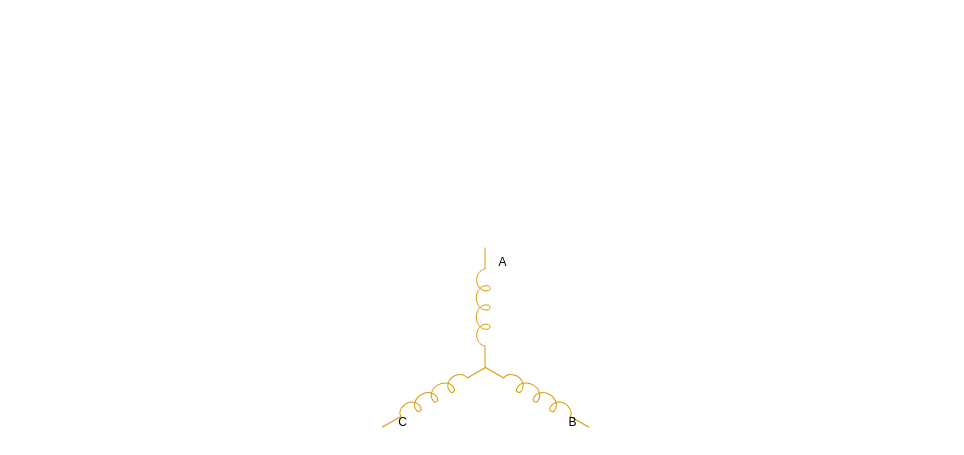
The draw.io diagram page "第 2 页" (2 of 2) of 三相对称星形接法.drawio in Vinson-001/Blog-flow-chart, before the edit. Source tidied: cells renumbered, new cells numbered last; positions are measured from the earlier drawing's top-left corner, leaving out a move shared by most shapes. Both pictures are drawn from the tidied source at 100%, with x=0, y=0 at pixel (372, 247).
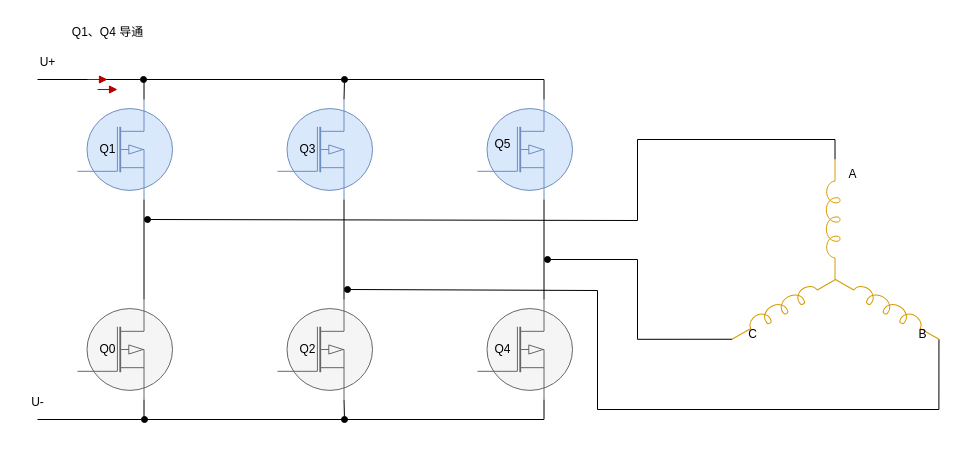
Above is the later version.

The change refers to these unchanged cells:
```xml
<mxCell id="4" style="verticalLabelPosition=bottom;shadow=0;dashed=0;align=center;html=1;verticalAlign=top;shape=mxgraph.electrical.inductors.inductor_5;rotation=-30;fillColor=#ffe6cc;strokeColor=#d79b00;" parent="3" vertex="1">
  <mxGeometry x="-4.5" y="141" width="120" height="14" as="geometry" />
</mxCell>
<mxCell id="5" style="verticalLabelPosition=bottom;shadow=0;dashed=0;align=center;html=1;verticalAlign=top;shape=mxgraph.electrical.inductors.inductor_5;rotation=-90;fillColor=#ffe6cc;strokeColor=#d79b00;" parent="3" vertex="1">
  <mxGeometry x="45.5" y="53" width="120" height="14" as="geometry" />
</mxCell>
<mxCell id="6" style="verticalLabelPosition=bottom;shadow=0;dashed=0;align=center;html=1;verticalAlign=top;shape=mxgraph.electrical.inductors.inductor_5;rotation=30;fillColor=#ffe6cc;strokeColor=#d79b00;" parent="3" vertex="1">
  <mxGeometry x="100.5" y="141" width="120" height="14" as="geometry" />
</mxCell>
```

Diff of the diagram source:
```diff
@@
-    <mxCell id="2" style="group;" parent="1" vertex="1">
-      <mxGeometry x="5" width="215.9" height="190" as="geometry" />
-    </mxCell>
+    <mxCell id="10" style="verticalLabelPosition=bottom;shadow=0;dashed=0;align=center;html=1;verticalAlign=top;shape=mxgraph.electrical.mosfets1.p-channel_mosfet_1;fillColor=#dae8fc;strokeColor=#6c8ebf;" parent="1" vertex="1">
+      <mxGeometry x="-295" y="-148" width="95" height="100" as="geometry" />
+    </mxCell>
+    <mxCell id="11" style="verticalLabelPosition=bottom;shadow=0;dashed=0;align=center;html=1;verticalAlign=top;shape=mxgraph.electrical.mosfets1.p-channel_mosfet_1;fillColor=#f5f5f5;strokeColor=#666666;fontColor=#333333;" parent="1" vertex="1">
+      <mxGeometry x="-295" y="52" width="95" height="100" as="geometry" />
+    </mxCell>
+    <mxCell id="12" style="edgeStyle=orthogonalEdgeStyle;rounded=0;jettySize=auto;html=1;exitX=0.7;exitY=0;exitDx=0;exitDy=0;exitPerimeter=0;endArrow=oval;endFill=1;" parent="1" edge="1" source="13">
+      <mxGeometry relative="1" as="geometry">
+        <mxPoint x="-28" y="-168" as="targetPoint" />
+      </mxGeometry>
+    </mxCell>
+    <mxCell id="13" style="verticalLabelPosition=bottom;shadow=0;dashed=0;align=center;html=1;verticalAlign=top;shape=mxgraph.electrical.mosfets1.p-channel_mosfet_1;fillColor=#dae8fc;strokeColor=#6c8ebf;" parent="1" vertex="1">
+      <mxGeometry x="-95" y="-148" width="95" height="100" as="geometry" />
+    </mxCell>
+    <mxCell id="14" style="edgeStyle=orthogonalEdgeStyle;rounded=0;jettySize=auto;html=1;exitX=0.7;exitY=1;exitDx=0;exitDy=0;exitPerimeter=0;endArrow=oval;endFill=1;" parent="1" edge="1" source="15">
+      <mxGeometry relative="1" as="geometry">
+        <mxPoint x="-28" y="172" as="targetPoint" />
+      </mxGeometry>
+    </mxCell>
+    <mxCell id="15" style="verticalLabelPosition=bottom;shadow=0;dashed=0;align=center;html=1;verticalAlign=top;shape=mxgraph.electrical.mosfets1.p-channel_mosfet_1;fillColor=#f5f5f5;strokeColor=#666666;fontColor=#333333;" parent="1" vertex="1">
+      <mxGeometry x="-95" y="52" width="95" height="100" as="geometry" />
+    </mxCell>
+    <mxCell id="16" style="verticalLabelPosition=bottom;shadow=0;dashed=0;align=center;html=1;verticalAlign=top;shape=mxgraph.electrical.mosfets1.p-channel_mosfet_1;fillColor=#dae8fc;strokeColor=#6c8ebf;" parent="1" vertex="1">
+      <mxGeometry x="105" y="-148" width="95" height="100" as="geometry" />
+    </mxCell>
+    <mxCell id="17" style="verticalLabelPosition=bottom;shadow=0;dashed=0;align=center;html=1;verticalAlign=top;shape=mxgraph.electrical.mosfets1.p-channel_mosfet_1;fillColor=#f5f5f5;strokeColor=#666666;fontColor=#333333;" parent="1" vertex="1">
+      <mxGeometry x="105" y="52" width="95" height="100" as="geometry" />
+    </mxCell>
+    <mxCell id="18" style="edgeStyle=orthogonalEdgeStyle;rounded=0;jettySize=auto;html=1;exitX=0.7;exitY=0;exitDx=0;exitDy=0;exitPerimeter=0;entryX=0.7;entryY=0;entryDx=0;entryDy=0;entryPerimeter=0;endArrow=none;endFill=0;" parent="1" edge="1" source="10" target="16">
+      <mxGeometry relative="1" as="geometry" />
+    </mxCell>
+    <mxCell id="19" style="edgeStyle=orthogonalEdgeStyle;rounded=0;jettySize=auto;html=1;exitX=0.7;exitY=1;exitDx=0;exitDy=0;exitPerimeter=0;entryX=0.7;entryY=0;entryDx=0;entryDy=0;entryPerimeter=0;endArrow=none;endFill=0;" parent="1" edge="1" source="10" target="11">
+      <mxGeometry relative="1" as="geometry" />
+    </mxCell>
+    <mxCell id="20" style="edgeStyle=orthogonalEdgeStyle;rounded=0;jettySize=auto;html=1;exitX=0.7;exitY=1;exitDx=0;exitDy=0;exitPerimeter=0;entryX=0.7;entryY=0;entryDx=0;entryDy=0;entryPerimeter=0;endArrow=none;endFill=0;" parent="1" edge="1" source="13" target="15">
+      <mxGeometry relative="1" as="geometry" />
+    </mxCell>
+    <mxCell id="21" style="edgeStyle=orthogonalEdgeStyle;rounded=0;jettySize=auto;html=1;exitX=0.7;exitY=1;exitDx=0;exitDy=0;exitPerimeter=0;entryX=0.7;entryY=0;entryDx=0;entryDy=0;entryPerimeter=0;endArrow=none;endFill=0;" parent="1" edge="1" source="16" target="17">
+      <mxGeometry relative="1" as="geometry" />
+    </mxCell>
+    <mxCell id="22" style="edgeStyle=orthogonalEdgeStyle;rounded=0;jettySize=auto;html=1;exitX=0.7;exitY=1;exitDx=0;exitDy=0;exitPerimeter=0;entryX=0.7;entryY=1;entryDx=0;entryDy=0;entryPerimeter=0;endArrow=none;endFill=0;" parent="1" edge="1" source="11" target="17">
+      <mxGeometry relative="1" as="geometry" />
+    </mxCell>
+    <mxCell id="23" value="Q1" style="text;html=1;align=center;verticalAlign=middle;strokeColor=none;fillColor=none;" parent="1" vertex="1">
+      <mxGeometry x="-285" y="-113" width="40" height="30" as="geometry" />
+    </mxCell>
+    <mxCell id="24" value="Q3" style="text;html=1;align=center;verticalAlign=middle;strokeColor=none;fillColor=none;" parent="1" vertex="1">
+      <mxGeometry x="-85" y="-113" width="40" height="30" as="geometry" />
+    </mxCell>
+    <mxCell id="25" value="Q5" style="text;html=1;align=center;verticalAlign=middle;strokeColor=none;fillColor=none;" parent="1" vertex="1">
+      <mxGeometry x="110" y="-118" width="40" height="30" as="geometry" />
+    </mxCell>
+    <mxCell id="26" value="Q0" style="text;html=1;align=center;verticalAlign=middle;strokeColor=none;fillColor=none;" parent="1" vertex="1">
+      <mxGeometry x="-285" y="87" width="40" height="30" as="geometry" />
+    </mxCell>
+    <mxCell id="27" value="Q2" style="text;html=1;align=center;verticalAlign=middle;strokeColor=none;fillColor=none;" parent="1" vertex="1">
+      <mxGeometry x="-85" y="87" width="40" height="30" as="geometry" />
+    </mxCell>
+    <mxCell id="28" value="Q4" style="text;html=1;align=center;verticalAlign=middle;strokeColor=none;fillColor=none;" parent="1" vertex="1">
+      <mxGeometry x="110" y="87" width="40" height="30" as="geometry" />
+    </mxCell>
+    <mxCell id="29" style="endArrow=none;html=1;rounded=0;startArrow=oval;startFill=1;" parent="1" edge="1">
+      <mxGeometry relative="1" as="geometry">
+        <mxPoint x="-229" y="-168" as="sourcePoint" />
+        <mxPoint x="-335" y="-168" as="targetPoint" />
+      </mxGeometry>
+    </mxCell>
+    <mxCell id="30" style="endArrow=none;html=1;rounded=0;startArrow=oval;startFill=1;" parent="1" edge="1">
+      <mxGeometry relative="1" as="geometry">
+        <mxPoint x="-228" y="172" as="sourcePoint" />
+        <mxPoint x="-335" y="172" as="targetPoint" />
+      </mxGeometry>
+    </mxCell>
+    <mxCell id="31" value="U+" style="text;html=1;align=center;verticalAlign=middle;strokeColor=none;fillColor=none;" parent="1" vertex="1">
+      <mxGeometry x="-345" y="-200" width="40" height="30" as="geometry" />
+    </mxCell>
+    <mxCell id="32" value="U-" style="text;html=1;align=center;verticalAlign=middle;strokeColor=none;fillColor=none;" parent="1" vertex="1">
+      <mxGeometry x="-355" y="140" width="40" height="30" as="geometry" />
+    </mxCell>
+    <mxCell id="33" style="group;" parent="1" vertex="1">
+      <mxGeometry x="355" y="-88" width="215.9" height="190" as="geometry" />
+    </mxCell>
-    <mxCell id="3" style="group;" parent="2" vertex="1">
+    <mxCell id="3" style="group;" parent="33" vertex="1">
       <mxGeometry width="215.9" height="190" as="geometry" />
     </mxCell>
+    <mxCell id="34" style="edgeStyle=orthogonalEdgeStyle;rounded=0;jettySize=auto;html=1;exitX=0;exitY=0.645;exitDx=0;exitDy=0;exitPerimeter=0;endArrow=oval;endFill=1;" parent="3" edge="1" source="4">
+      <mxGeometry relative="1" as="geometry">
+        <mxPoint x="-180" y="100" as="targetPoint" />
+        <Array as="points">
+          <mxPoint x="-90" y="180" />
+          <mxPoint x="-90" y="100" />
+        </Array>
+      </mxGeometry>
+    </mxCell>
@@
+    <mxCell id="35" style="edgeStyle=orthogonalEdgeStyle;rounded=0;jettySize=auto;html=1;exitX=1;exitY=0.645;exitDx=0;exitDy=0;exitPerimeter=0;endArrow=oval;endFill=1;" parent="3" edge="1" source="5">
+      <mxGeometry relative="1" as="geometry">
+        <mxPoint x="-580" y="60" as="targetPoint" />
+        <Array as="points">
+          <mxPoint x="108" y="-20" />
+          <mxPoint x="-90" y="-20" />
+          <mxPoint x="-90" y="61" />
+        </Array>
+      </mxGeometry>
+    </mxCell>
@@
+    <mxCell id="36" style="edgeStyle=orthogonalEdgeStyle;rounded=0;jettySize=auto;html=1;exitX=1;exitY=0.645;exitDx=0;exitDy=0;exitPerimeter=0;endArrow=oval;endFill=1;" parent="3" edge="1" source="6">
+      <mxGeometry relative="1" as="geometry">
+        <mxPoint x="-380" y="130" as="targetPoint" />
+        <Array as="points">
+          <mxPoint x="211" y="250" />
+          <mxPoint x="-130" y="250" />
+          <mxPoint x="-130" y="131" />
+        </Array>
+      </mxGeometry>
+    </mxCell>
@@
+    <mxCell id="37" value="Q1、Q4 导通" style="text;html=1;align=center;verticalAlign=middle;strokeColor=none;fillColor=none;" parent="1" vertex="1">
+      <mxGeometry x="-310" y="-230" width="90" height="30" as="geometry" />
+    </mxCell>
+    <mxCell id="38" style="endArrow=block;html=1;rounded=0;endFill=1;fillColor=#e51400;strokeColor=#B20000;" parent="1" edge="1">
+      <mxGeometry relative="1" as="geometry">
+        <mxPoint x="-285" y="-168" as="sourcePoint" />
+        <mxPoint x="-265" y="-168" as="targetPoint" />
+      </mxGeometry>
+    </mxCell>
+    <mxCell id="39" style="endArrow=block;html=1;rounded=0;endFill=1;fillColor=#e51400;strokeColor=#B20000;" parent="1" edge="1">
+      <mxGeometry relative="1" as="geometry">
+        <mxPoint x="-275" y="-158" as="sourcePoint" />
+        <mxPoint x="-255" y="-158" as="targetPoint" />
+      </mxGeometry>
+    </mxCell>
```
